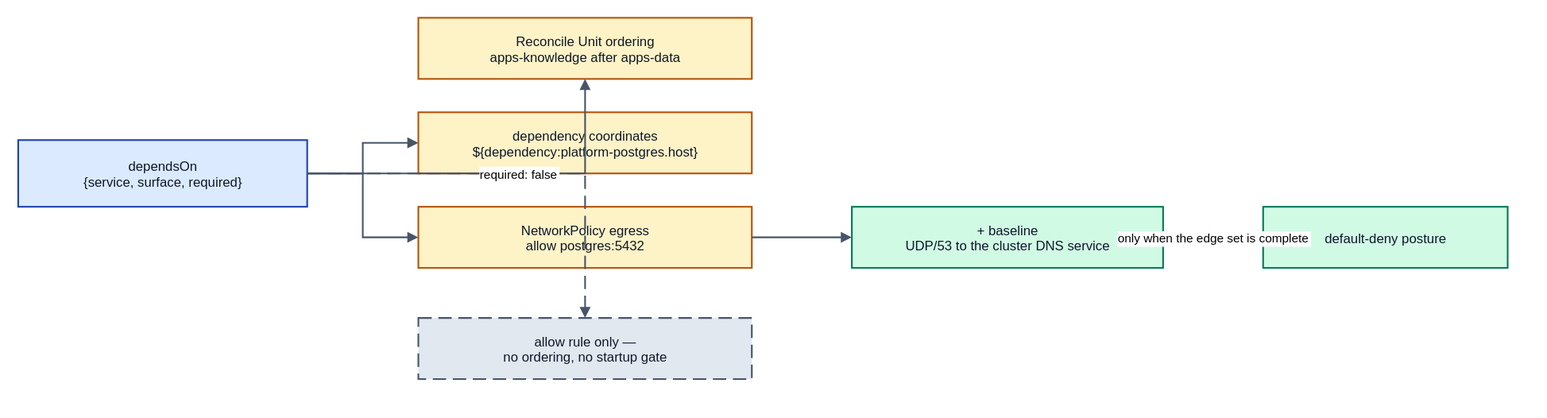
Before: spec/v1/diagrams/16-edge-derives.drawio.svg, a diagram exported from draw.io (JorisJonkers-dev/deploy-kit). Source tidied: cells renumbered, new cells last; positions are measured from the earlier drawing's top-left corner, leaving out a move shared by most shapes. The source it was exported from:
```xml
<mxGraphModel>
  <root>
    <mxCell id="0" />
    <mxCell id="1" parent="0" />
    <mxCell id="2" value="dependsOn&#10;{service, surface, required}" style="rounded=0;whiteSpace=nowrap;html=0;align=center;verticalAlign=middle;fillColor=#dbeafe;strokeColor=#1e40af;strokeWidth=1.5;fontFamily=Helvetica;fontSize=12;fontColor=#0f172a;" parent="1" vertex="1">
      <mxGeometry y="110" width="260" height="60" as="geometry" />
    </mxCell>
    <mxCell id="3" value="Reconcile Unit ordering&#10;apps-knowledge after apps-data" style="rounded=0;whiteSpace=nowrap;html=0;align=center;verticalAlign=middle;fillColor=#fef3c7;strokeColor=#b45309;strokeWidth=1.5;fontFamily=Helvetica;fontSize=12;fontColor=#0f172a;" parent="1" vertex="1">
      <mxGeometry x="360" width="300" height="55" as="geometry" />
    </mxCell>
    <mxCell id="4" value="dependency coordinates&#10;${dependency:platform-postgres.host}" style="rounded=0;whiteSpace=nowrap;html=0;align=center;verticalAlign=middle;fillColor=#fef3c7;strokeColor=#b45309;strokeWidth=1.5;fontFamily=Helvetica;fontSize=12;fontColor=#0f172a;" parent="1" vertex="1">
      <mxGeometry x="360" y="85" width="300" height="55" as="geometry" />
    </mxCell>
    <mxCell id="5" value="NetworkPolicy egress&#10;allow postgres:5432" style="rounded=0;whiteSpace=nowrap;html=0;align=center;verticalAlign=middle;fillColor=#fef3c7;strokeColor=#b45309;strokeWidth=1.5;fontFamily=Helvetica;fontSize=12;fontColor=#0f172a;" parent="1" vertex="1">
      <mxGeometry x="360" y="170" width="300" height="55" as="geometry" />
    </mxCell>
    <mxCell id="6" value="allow rule only —&#10;no ordering, no startup gate" style="rounded=0;whiteSpace=nowrap;html=0;align=center;verticalAlign=middle;fillColor=#e2e8f0;strokeColor=#475569;strokeWidth=1.5;fontFamily=Helvetica;fontSize=12;fontColor=#0f172a;dashed=1;dashPattern=8 4;" parent="1" vertex="1">
      <mxGeometry x="360" y="270" width="300" height="55" as="geometry" />
    </mxCell>
    <mxCell id="7" value="+ baseline&#10;UDP/53 to the cluster DNS service" style="rounded=0;whiteSpace=nowrap;html=0;align=center;verticalAlign=middle;fillColor=#d1fae5;strokeColor=#047857;strokeWidth=1.5;fontFamily=Helvetica;fontSize=12;fontColor=#0f172a;" parent="1" vertex="1">
      <mxGeometry x="750" y="170" width="280" height="55" as="geometry" />
    </mxCell>
    <mxCell id="8" value="default-deny posture" style="rounded=0;whiteSpace=nowrap;html=0;align=center;verticalAlign=middle;fillColor=#d1fae5;strokeColor=#047857;strokeWidth=1.5;fontFamily=Helvetica;fontSize=12;fontColor=#0f172a;" parent="1" vertex="1">
      <mxGeometry x="1120" y="170" width="220" height="55" as="geometry" />
    </mxCell>
    <mxCell id="9" style="edgeStyle=orthogonalEdgeStyle;rounded=0;html=0;jettySize=auto;endArrow=block;endFill=1;strokeColor=#475569;strokeWidth=1.5;fontSize=11;fontFamily=Helvetica;labelBackgroundColor=#ffffff;" parent="1" edge="1" source="2" target="3">
      <mxGeometry relative="1" as="geometry" />
    </mxCell>
    <mxCell id="10" style="edgeStyle=orthogonalEdgeStyle;rounded=0;html=0;jettySize=auto;endArrow=block;endFill=1;strokeColor=#475569;strokeWidth=1.5;fontSize=11;fontFamily=Helvetica;labelBackgroundColor=#ffffff;" parent="1" edge="1" source="2" target="4">
      <mxGeometry relative="1" as="geometry" />
    </mxCell>
    <mxCell id="11" style="edgeStyle=orthogonalEdgeStyle;rounded=0;html=0;jettySize=auto;endArrow=block;endFill=1;strokeColor=#475569;strokeWidth=1.5;fontSize=11;fontFamily=Helvetica;labelBackgroundColor=#ffffff;" parent="1" edge="1" source="2" target="5">
      <mxGeometry relative="1" as="geometry" />
    </mxCell>
    <mxCell id="12" value="required: false" style="edgeStyle=orthogonalEdgeStyle;rounded=0;html=0;jettySize=auto;endArrow=block;endFill=1;strokeColor=#475569;strokeWidth=1.5;fontSize=11;fontFamily=Helvetica;labelBackgroundColor=#ffffff;dashed=1;dashPattern=8 4;" parent="1" edge="1" source="2" target="6">
      <mxGeometry relative="1" as="geometry" />
    </mxCell>
    <mxCell id="13" style="edgeStyle=orthogonalEdgeStyle;rounded=0;html=0;jettySize=auto;endArrow=block;endFill=1;strokeColor=#475569;strokeWidth=1.5;fontSize=11;fontFamily=Helvetica;labelBackgroundColor=#ffffff;" parent="1" edge="1" source="5" target="7">
      <mxGeometry relative="1" as="geometry" />
    </mxCell>
    <mxCell id="14" value="only when the edge set is complete" style="edgeStyle=orthogonalEdgeStyle;rounded=0;html=0;jettySize=auto;endArrow=block;endFill=1;strokeColor=#475569;strokeWidth=1.5;fontSize=11;fontFamily=Helvetica;labelBackgroundColor=#ffffff;dashed=1;dashPattern=8 4;" parent="1" edge="1" source="7" target="8">
      <mxGeometry relative="1" as="geometry" />
    </mxCell>
  </root>
</mxGraphModel>
```
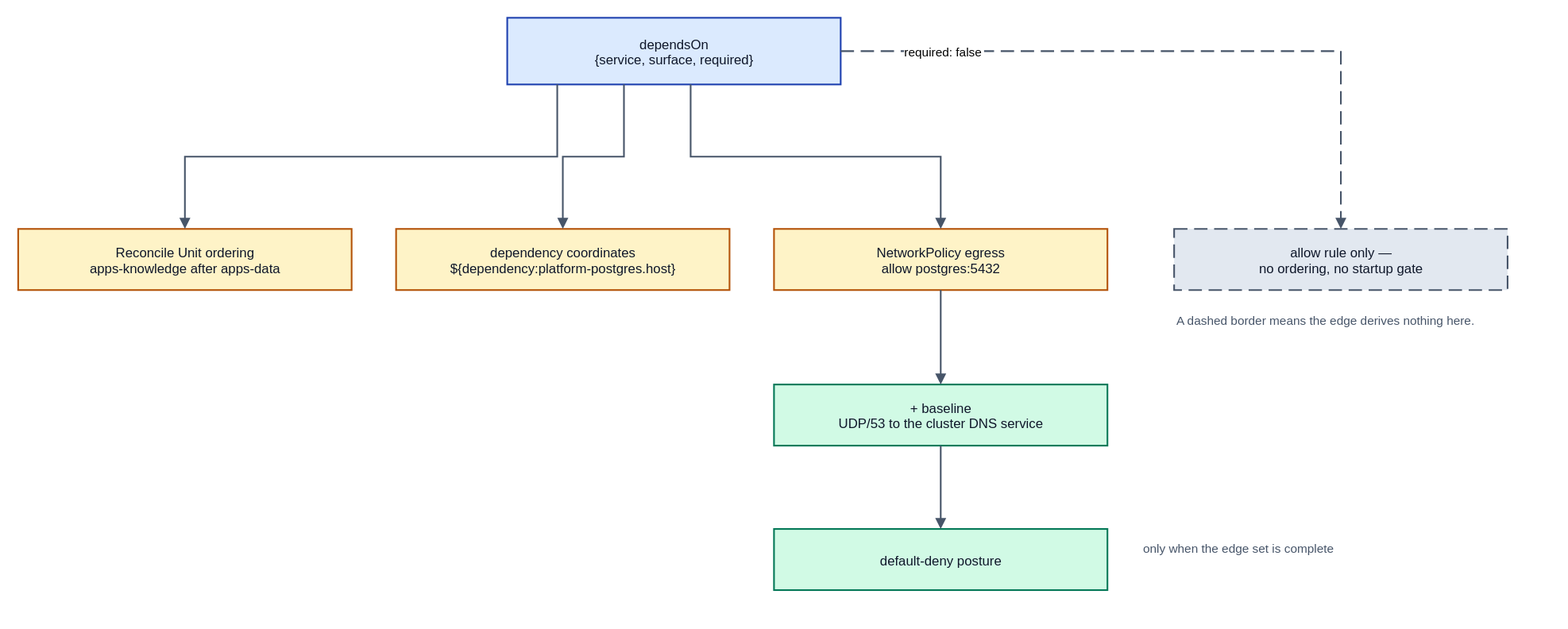
After the change.

What changed in the source:
```diff
@@ -3,43 +3,49 @@
     <mxCell id="0" />
     <mxCell id="1" parent="0" />
     <mxCell id="2" value="dependsOn&#10;{service, surface, required}" style="rounded=0;whiteSpace=nowrap;html=0;align=center;verticalAlign=middle;fillColor=#dbeafe;strokeColor=#1e40af;strokeWidth=1.5;fontFamily=Helvetica;fontSize=12;fontColor=#0f172a;" parent="1" vertex="1">
-      <mxGeometry y="110" width="260" height="60" as="geometry" />
+      <mxGeometry x="440" y="-20" width="300" height="60" as="geometry" />
     </mxCell>
     <mxCell id="3" value="Reconcile Unit ordering&#10;apps-knowledge after apps-data" style="rounded=0;whiteSpace=nowrap;html=0;align=center;verticalAlign=middle;fillColor=#fef3c7;strokeColor=#b45309;strokeWidth=1.5;fontFamily=Helvetica;fontSize=12;fontColor=#0f172a;" parent="1" vertex="1">
-      <mxGeometry x="360" width="300" height="55" as="geometry" />
+      <mxGeometry y="170" width="300" height="55" as="geometry" />
     </mxCell>
     <mxCell id="4" value="dependency coordinates&#10;${dependency:platform-postgres.host}" style="rounded=0;whiteSpace=nowrap;html=0;align=center;verticalAlign=middle;fillColor=#fef3c7;strokeColor=#b45309;strokeWidth=1.5;fontFamily=Helvetica;fontSize=12;fontColor=#0f172a;" parent="1" vertex="1">
-      <mxGeometry x="360" y="85" width="300" height="55" as="geometry" />
+      <mxGeometry x="340" y="170" width="300" height="55" as="geometry" />
     </mxCell>
     <mxCell id="5" value="NetworkPolicy egress&#10;allow postgres:5432" style="rounded=0;whiteSpace=nowrap;html=0;align=center;verticalAlign=middle;fillColor=#fef3c7;strokeColor=#b45309;strokeWidth=1.5;fontFamily=Helvetica;fontSize=12;fontColor=#0f172a;" parent="1" vertex="1">
-      <mxGeometry x="360" y="170" width="300" height="55" as="geometry" />
+      <mxGeometry x="680" y="170" width="300" height="55" as="geometry" />
     </mxCell>
-    <mxCell id="6" value="allow rule only —&#10;no ordering, no startup gate" style="rounded=0;whiteSpace=nowrap;html=0;align=center;verticalAlign=middle;fillColor=#e2e8f0;strokeColor=#475569;strokeWidth=1.5;fontFamily=Helvetica;fontSize=12;fontColor=#0f172a;dashed=1;dashPattern=8 4;" parent="1" vertex="1">
-      <mxGeometry x="360" y="270" width="300" height="55" as="geometry" />
+    <mxCell id="6" value="allow rule only  —&#10;no ordering, no startup gate" style="rounded=0;whiteSpace=nowrap;html=0;align=center;verticalAlign=middle;fillColor=#e2e8f0;strokeColor=#475569;strokeWidth=1.5;fontFamily=Helvetica;fontSize=12;fontColor=#0f172a;dashed=1;dashPattern=8 4;" parent="1" vertex="1">
+      <mxGeometry x="1040" y="170" width="300" height="55" as="geometry" />
     </mxCell>
     <mxCell id="7" value="+ baseline&#10;UDP/53 to the cluster DNS service" style="rounded=0;whiteSpace=nowrap;html=0;align=center;verticalAlign=middle;fillColor=#d1fae5;strokeColor=#047857;strokeWidth=1.5;fontFamily=Helvetica;fontSize=12;fontColor=#0f172a;" parent="1" vertex="1">
-      <mxGeometry x="750" y="170" width="280" height="55" as="geometry" />
+      <mxGeometry x="680" y="310" width="300" height="55" as="geometry" />
     </mxCell>
     <mxCell id="8" value="default-deny posture" style="rounded=0;whiteSpace=nowrap;html=0;align=center;verticalAlign=middle;fillColor=#d1fae5;strokeColor=#047857;strokeWidth=1.5;fontFamily=Helvetica;fontSize=12;fontColor=#0f172a;" parent="1" vertex="1">
-      <mxGeometry x="1120" y="170" width="220" height="55" as="geometry" />
+      <mxGeometry x="680" y="440" width="300" height="55" as="geometry" />
     </mxCell>
-    <mxCell id="9" style="edgeStyle=orthogonalEdgeStyle;rounded=0;html=0;jettySize=auto;endArrow=block;endFill=1;strokeColor=#475569;strokeWidth=1.5;fontSize=11;fontFamily=Helvetica;labelBackgroundColor=#ffffff;" parent="1" edge="1" source="2" target="3">
+    <mxCell id="9" style="edgeStyle=orthogonalEdgeStyle;rounded=0;html=0;jettySize=auto;jumpStyle=arc;jumpSize=8;endArrow=block;endFill=1;strokeColor=#475569;strokeWidth=1.5;fontSize=11;fontFamily=Helvetica;labelBackgroundColor=#ffffff;exitX=0.15;exitY=1;exitDx=0;exitDy=0;entryX=0.5;entryY=0;entryDx=0;entryDy=0;" parent="1" edge="1" source="2" target="3">
       <mxGeometry relative="1" as="geometry" />
     </mxCell>
-    <mxCell id="10" style="edgeStyle=orthogonalEdgeStyle;rounded=0;html=0;jettySize=auto;endArrow=block;endFill=1;strokeColor=#475569;strokeWidth=1.5;fontSize=11;fontFamily=Helvetica;labelBackgroundColor=#ffffff;" parent="1" edge="1" source="2" target="4">
+    <mxCell id="10" style="edgeStyle=orthogonalEdgeStyle;rounded=0;html=0;jettySize=auto;jumpStyle=arc;jumpSize=8;endArrow=block;endFill=1;strokeColor=#475569;strokeWidth=1.5;fontSize=11;fontFamily=Helvetica;labelBackgroundColor=#ffffff;exitX=0.35;exitY=1;exitDx=0;exitDy=0;entryX=0.5;entryY=0;entryDx=0;entryDy=0;" parent="1" edge="1" source="2" target="4">
       <mxGeometry relative="1" as="geometry" />
     </mxCell>
-    <mxCell id="11" style="edgeStyle=orthogonalEdgeStyle;rounded=0;html=0;jettySize=auto;endArrow=block;endFill=1;strokeColor=#475569;strokeWidth=1.5;fontSize=11;fontFamily=Helvetica;labelBackgroundColor=#ffffff;" parent="1" edge="1" source="2" target="5">
+    <mxCell id="11" style="edgeStyle=orthogonalEdgeStyle;rounded=0;html=0;jettySize=auto;jumpStyle=arc;jumpSize=8;endArrow=block;endFill=1;strokeColor=#475569;strokeWidth=1.5;fontSize=11;fontFamily=Helvetica;labelBackgroundColor=#ffffff;exitX=0.55;exitY=1;exitDx=0;exitDy=0;entryX=0.5;entryY=0;entryDx=0;entryDy=0;" parent="1" edge="1" source="2" target="5">
       <mxGeometry relative="1" as="geometry" />
     </mxCell>
-    <mxCell id="12" value="required: false" style="edgeStyle=orthogonalEdgeStyle;rounded=0;html=0;jettySize=auto;endArrow=block;endFill=1;strokeColor=#475569;strokeWidth=1.5;fontSize=11;fontFamily=Helvetica;labelBackgroundColor=#ffffff;dashed=1;dashPattern=8 4;" parent="1" edge="1" source="2" target="6">
-      <mxGeometry relative="1" as="geometry" />
+    <mxCell id="12" value="required: false" style="edgeStyle=orthogonalEdgeStyle;rounded=0;html=0;jettySize=auto;jumpStyle=arc;jumpSize=8;endArrow=block;endFill=1;strokeColor=#475569;strokeWidth=1.5;fontSize=11;fontFamily=Helvetica;labelBackgroundColor=#ffffff;dashed=1;dashPattern=8 4;exitX=1;exitY=0.5;exitDx=0;exitDy=0;entryX=0.5;entryY=0;entryDx=0;entryDy=0;" parent="1" edge="1" source="2" target="6">
+      <mxGeometry x="-0.7" relative="1" as="geometry" />
     </mxCell>
-    <mxCell id="13" style="edgeStyle=orthogonalEdgeStyle;rounded=0;html=0;jettySize=auto;endArrow=block;endFill=1;strokeColor=#475569;strokeWidth=1.5;fontSize=11;fontFamily=Helvetica;labelBackgroundColor=#ffffff;" parent="1" edge="1" source="5" target="7">
+    <mxCell id="13" style="edgeStyle=orthogonalEdgeStyle;rounded=0;html=0;jettySize=auto;jumpStyle=arc;jumpSize=8;endArrow=block;endFill=1;strokeColor=#475569;strokeWidth=1.5;fontSize=11;fontFamily=Helvetica;labelBackgroundColor=#ffffff;exitX=0.5;exitY=1;exitDx=0;exitDy=0;entryX=0.5;entryY=0;entryDx=0;entryDy=0;" parent="1" edge="1" source="5" target="7">
       <mxGeometry relative="1" as="geometry" />
     </mxCell>
-    <mxCell id="14" value="only when the edge set is complete" style="edgeStyle=orthogonalEdgeStyle;rounded=0;html=0;jettySize=auto;endArrow=block;endFill=1;strokeColor=#475569;strokeWidth=1.5;fontSize=11;fontFamily=Helvetica;labelBackgroundColor=#ffffff;dashed=1;dashPattern=8 4;" parent="1" edge="1" source="7" target="8">
+    <mxCell id="14" style="edgeStyle=orthogonalEdgeStyle;rounded=0;html=0;jettySize=auto;jumpStyle=arc;jumpSize=8;endArrow=block;endFill=1;strokeColor=#475569;strokeWidth=1.5;fontSize=11;fontFamily=Helvetica;labelBackgroundColor=#ffffff;exitX=0.5;exitY=1;exitDx=0;exitDy=0;entryX=0.5;entryY=0;entryDx=0;entryDy=0;" parent="1" edge="1" source="7" target="8">
       <mxGeometry relative="1" as="geometry" />
     </mxCell>
+    <mxCell id="15" value="only when the edge set is complete" style="text;html=0;strokeColor=none;fillColor=none;align=left;verticalAlign=middle;fontFamily=Helvetica;fontSize=11;fontColor=#475569;" parent="1" vertex="1">
+      <mxGeometry x="1010" y="445" width="300" height="24" as="geometry" />
+    </mxCell>
+    <mxCell id="16" value="A dashed border means the edge derives nothing here." style="text;html=0;strokeColor=none;fillColor=none;align=left;verticalAlign=middle;fontFamily=Helvetica;fontSize=11;fontColor=#475569;" parent="1" vertex="1">
+      <mxGeometry x="1040" y="240" width="320" height="24" as="geometry" />
+    </mxCell>
   </root>
 </mxGraphModel>
```
